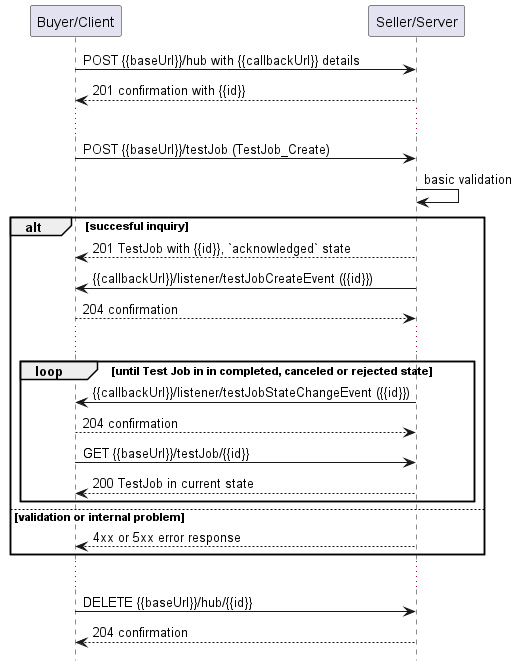
Before: documentation/serviceApi/sft/serviceTest/media/useCase7Notification.png, a diagram exported from PlantUML (MEF-GIT/MEF-LSO-Legato-SDK).
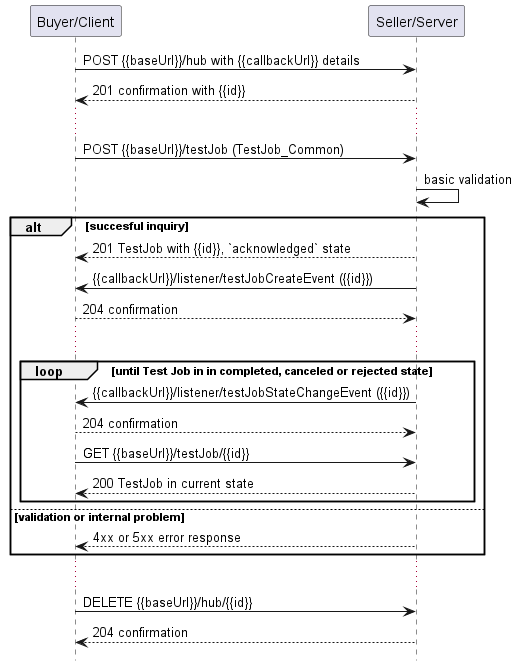
The same diagram one commit later.

Diff of the diagram source:
```diff
@@ -8,7 +8,7 @@
 B -> S: POST {{baseUrl}}/hub with {{callbackUrl}} details
 S --> B: 201 confirmation with {{id}}
 ...
-B -> S: POST {{baseUrl}}/testJob (TestJob_Create)
+B -> S: POST {{baseUrl}}/testJob (TestJob_Common)
 S -> S: basic validation
 
 alt succesful inquiry
```
